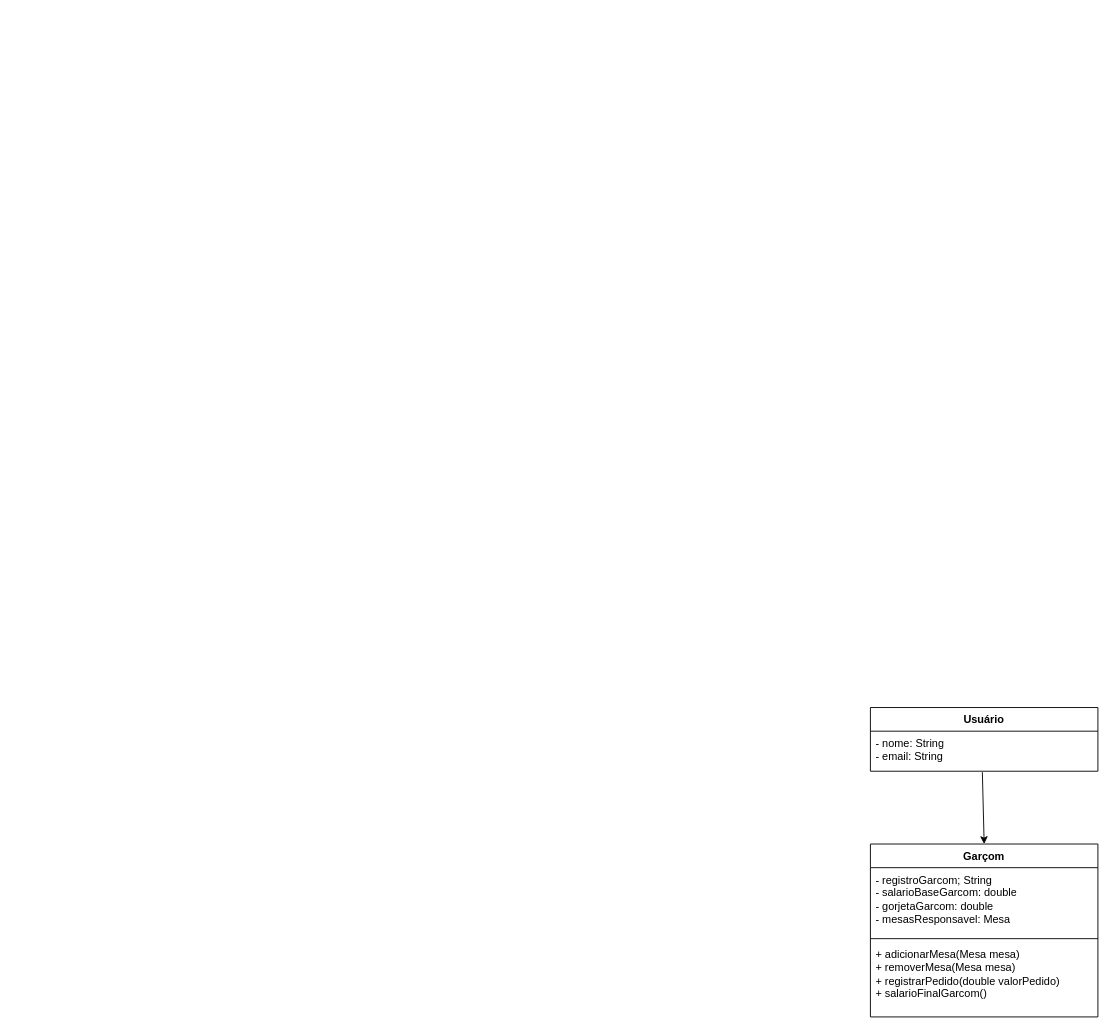
The draw.io diagram UMLs/Garcom.drawio in Gotoxico/RestaurantePOO2, before the edit. Source tidied: cells renumbered, new cells numbered last; positions are measured from the earlier drawing's top-left corner, leaving out a move shared by most shapes. Both pictures are drawn from the tidied source at 91%, with x=0, y=0 at pixel (870, 707).
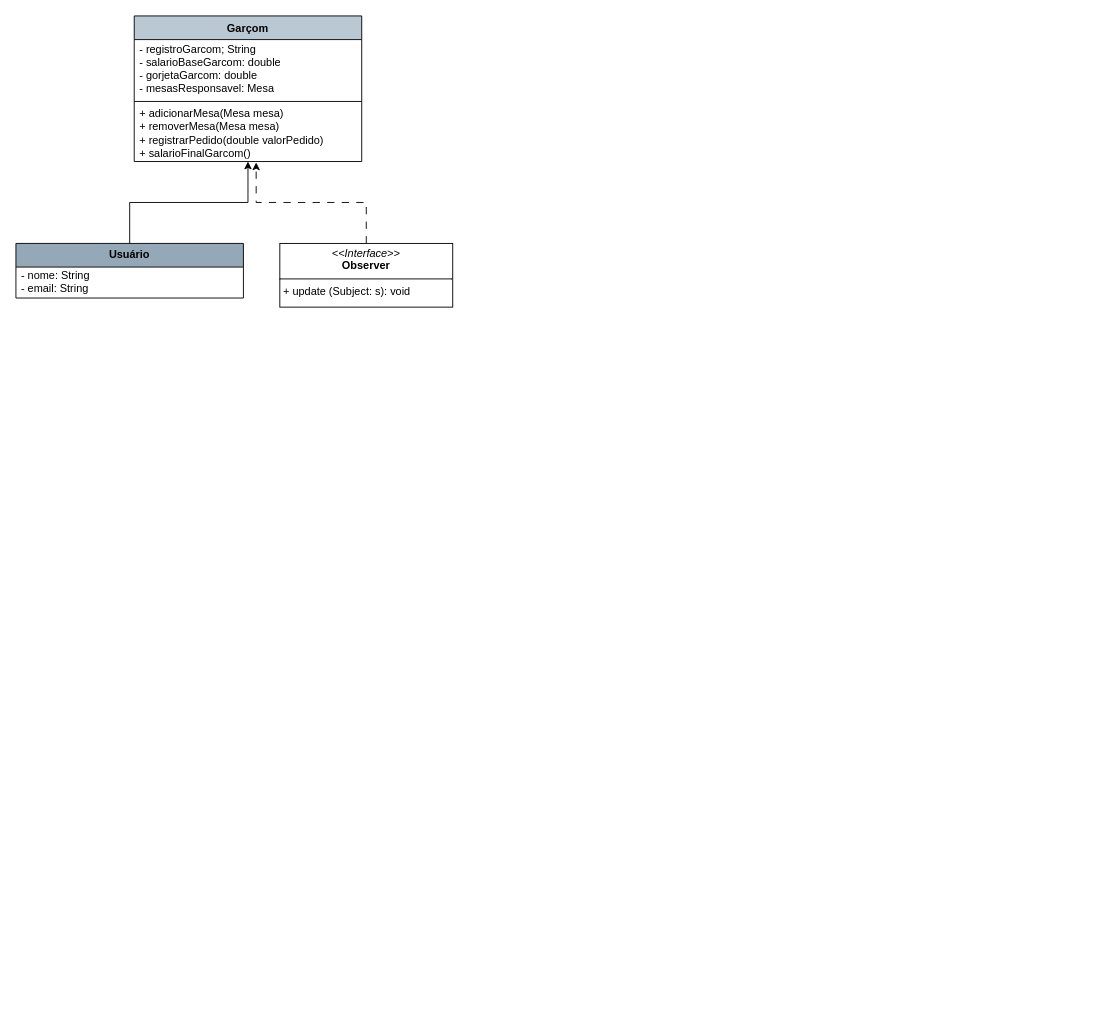
Above is the later version.

What changed in the source:
```diff
@@
 <mxGraphModel>
   <root>
     <mxCell id="0" />
     <mxCell id="1" parent="0" />
-    <mxCell id="2" value="Garçom" style="swimlane;fontStyle=1;align=center;verticalAlign=top;horizontal=1;startSize=26;whiteSpace=wrap;html=1;" parent="1" vertex="1">
-      <mxGeometry y="150" width="250" height="190" as="geometry" />
+    <mxCell id="2" value="Garçom" style="swimlane;fontStyle=1;align=center;verticalAlign=top;horizontal=1;startSize=26;whiteSpace=wrap;html=1;fillColor=#BAC8D3;" parent="1" vertex="1">
+      <mxGeometry x="-809" y="-760" width="250" height="160" as="geometry" />
     </mxCell>
-    <mxCell id="3" value="- registroGarcom; String&lt;div&gt;- salarioBaseGarcom: double&lt;/div&gt;&lt;div&gt;- gorjetaGarcom: double&amp;nbsp;&lt;/div&gt;&lt;div&gt;- mesasResponsavel: Mesa&lt;/div&gt;" style="text;strokeColor=none;fillColor=none;align=left;verticalAlign=top;spacingLeft=4;spacingRight=4;overflow=hidden;whiteSpace=wrap;html=1;" parent="2" vertex="1">
-      <mxGeometry y="26" width="250" height="74" as="geometry" />
+    <mxCell id="3" value="- registroGarcom; String&lt;div&gt;- salarioBaseGarcom: double&lt;/div&gt;&lt;div&gt;- gorjetaGarcom: double&amp;nbsp;&lt;/div&gt;&lt;div&gt;- mesasResponsavel: Mesa&lt;/div&gt;" style="text;strokeColor=none;fillColor=none;align=left;verticalAlign=middle;spacingLeft=4;spacingRight=4;overflow=hidden;whiteSpace=wrap;html=1;" parent="2" vertex="1">
+      <mxGeometry y="26" width="250" height="64" as="geometry" />
     </mxCell>
-    <mxCell id="4" style="line;strokeWidth=1;fillColor=none;align=left;verticalAlign=middle;spacingTop=-1;spacingLeft=3;spacingRight=3;labelPosition=right;strokeColor=inherit;" parent="2" vertex="1">
-      <mxGeometry y="100" width="250" height="8" as="geometry" />
-    </mxCell>
+    <mxCell id="9" style="line;strokeWidth=1;fillColor=none;align=left;verticalAlign=middle;spacingTop=-1;spacingLeft=3;spacingRight=3;labelPosition=right;strokeColor=inherit;" parent="2" vertex="1">
+      <mxGeometry y="90" width="250" height="8" as="geometry" />
+    </mxCell>
-    <mxCell id="5" value="+ adicionarMesa(Mesa mesa)&lt;div&gt;+ removerMesa(Mesa mesa)&lt;/div&gt;&lt;div&gt;+ registrarPedido(double valorPedido)&lt;/div&gt;&lt;div&gt;+ salarioFinalGarcom()&lt;/div&gt;" style="text;strokeColor=none;fillColor=none;align=left;verticalAlign=top;spacingLeft=4;spacingRight=4;overflow=hidden;points=[[0,0.5],[1,0.5]];portConstraint=eastwest;whiteSpace=wrap;html=1;" parent="2" vertex="1">
-      <mxGeometry y="108" width="250" height="82" as="geometry" />
+    <mxCell id="5" value="+ adicionarMesa(Mesa mesa)&lt;div&gt;+ removerMesa(Mesa mesa)&lt;/div&gt;&lt;div&gt;+ registrarPedido(double valorPedido)&lt;/div&gt;&lt;div&gt;+ salarioFinalGarcom()&lt;/div&gt;" style="text;strokeColor=none;fillColor=none;align=left;verticalAlign=middle;spacingLeft=4;spacingRight=4;overflow=hidden;points=[[0,0.5],[1,0.5]];portConstraint=eastwest;whiteSpace=wrap;html=1;" parent="2" vertex="1">
+      <mxGeometry y="98" width="250" height="62" as="geometry" />
     </mxCell>
-    <mxCell id="6" value="Usuário" style="swimlane;fontStyle=1;align=center;verticalAlign=top;horizontal=1;startSize=26;whiteSpace=wrap;html=1;" parent="1" vertex="1">
-      <mxGeometry width="250" height="70" as="geometry" />
+    <mxCell id="6" value="Usuário" style="swimlane;fontStyle=1;align=center;verticalAlign=middle;horizontal=1;startSize=26;whiteSpace=wrap;html=1;fillColor=#94A8B8;" parent="1" vertex="1">
+      <mxGeometry x="-939" y="-510" width="250" height="60" as="geometry" />
     </mxCell>
-    <mxCell id="7" value="- nome: String&lt;div&gt;- email: String&lt;/div&gt;&lt;div&gt;&lt;br&gt;&lt;/div&gt;" style="text;strokeColor=none;fillColor=none;align=left;verticalAlign=top;spacingLeft=4;spacingRight=4;overflow=hidden;points=[[0,0.5],[1,0.5]];portConstraint=eastwest;whiteSpace=wrap;html=1;" parent="6" vertex="1">
-      <mxGeometry y="26" width="250" height="44" as="geometry" />
+    <mxCell id="7" value="- nome: String&lt;div&gt;- email: String&lt;/div&gt;&lt;div&gt;&lt;br&gt;&lt;/div&gt;" style="text;strokeColor=none;fillColor=none;align=left;verticalAlign=middle;spacingLeft=4;spacingRight=4;overflow=hidden;points=[[0,0.5],[1,0.5]];portConstraint=eastwest;whiteSpace=wrap;html=1;" parent="6" vertex="1">
+      <mxGeometry y="26" width="250" height="34" as="geometry" />
     </mxCell>
-    <mxCell id="8" style="endArrow=classic;html=1;rounded=0;exitX=0.492;exitY=1.023;exitDx=0;exitDy=0;exitPerimeter=0;entryX=0.5;entryY=0;entryDx=0;entryDy=0;" parent="1" edge="1" source="7" target="2">
-      <mxGeometry relative="1" as="geometry" />
-    </mxCell>
+    <mxCell id="10" style="edgeStyle=orthogonalEdgeStyle;rounded=0;jettySize=auto;html=1;exitX=0.5;exitY=0;exitDx=0;exitDy=0;entryX=0.5;entryY=1;entryDx=0;entryDy=0;entryPerimeter=0;" parent="1" edge="1" source="6" target="5">
+      <mxGeometry relative="1" as="geometry" />
+    </mxCell>
+    <mxCell id="11" value="&lt;p style=&quot;margin:0px;margin-top:4px;text-align:center;&quot;&gt;&lt;i&gt;&amp;lt;&amp;lt;Interface&amp;gt;&amp;gt;&lt;/i&gt;&lt;br&gt;&lt;b&gt;Observer&lt;/b&gt;&lt;/p&gt;&lt;hr size=&quot;1&quot; style=&quot;border-style:solid;&quot;&gt;&lt;p style=&quot;margin:0px;margin-left:4px;&quot;&gt;+ update (Subject: s): void&lt;br&gt;&lt;/p&gt;" style="verticalAlign=top;align=left;overflow=fill;html=1;whiteSpace=wrap;" parent="1" vertex="1">
+      <mxGeometry x="-649" y="-510" width="190" height="70" as="geometry" />
+    </mxCell>
+    <mxCell id="12" style="edgeStyle=orthogonalEdgeStyle;rounded=0;jettySize=auto;html=1;exitX=0.5;exitY=0;exitDx=0;exitDy=0;entryX=0.536;entryY=1.016;entryDx=0;entryDy=0;entryPerimeter=0;dashed=1;dashPattern=8 8;" parent="1" edge="1" source="11" target="5">
+      <mxGeometry relative="1" as="geometry" />
+    </mxCell>
   </root>
 </mxGraphModel>
```
